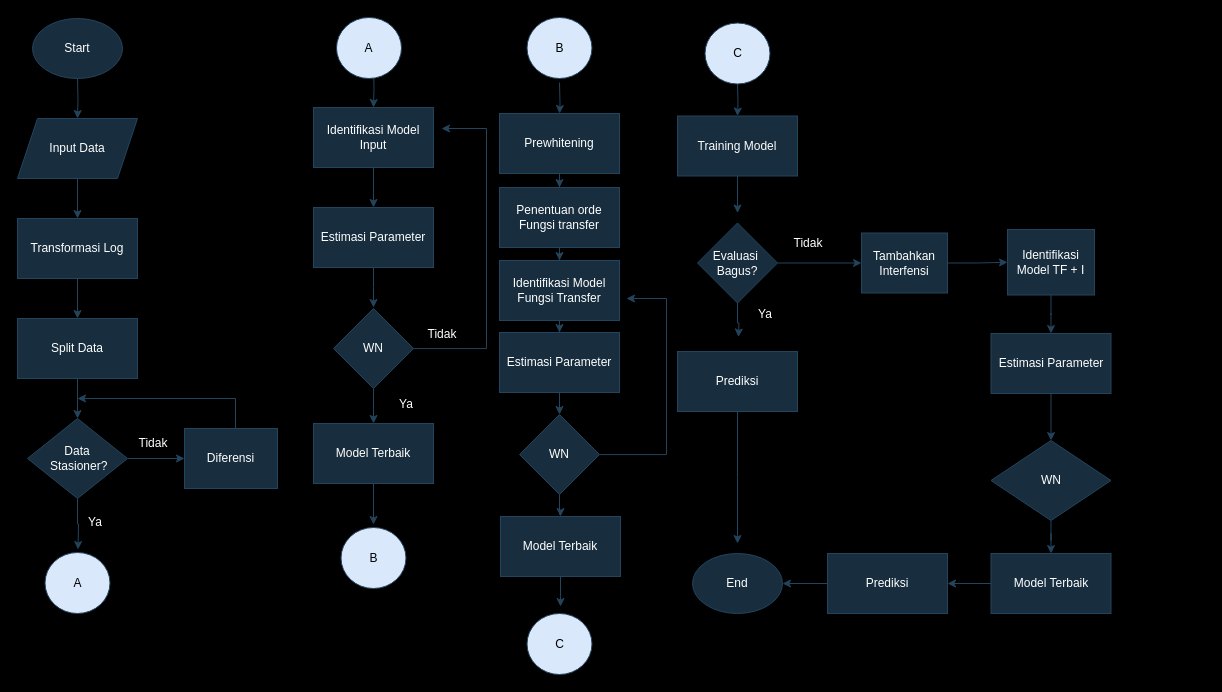
The draw.io diagram Diagram Tanpa Judul.drawio in ahmaddshbg-blip/Topstat, before the edit. Source tidied: cells renumbered, new cells numbered last; positions are measured from the earlier drawing's top-left corner, leaving out a move shared by most shapes. Both pictures are drawn from the tidied source at 100%, with x=0, y=0 at pixel (17, 17).
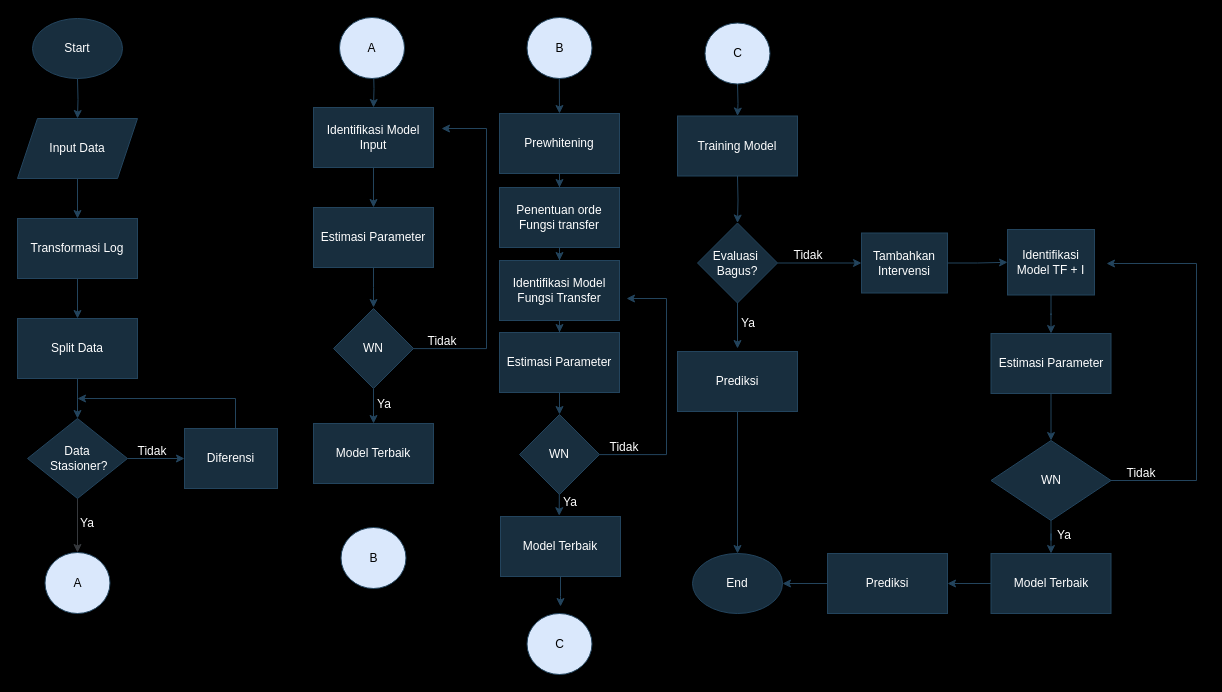
After the change.

The change refers to these unchanged cells:
```xml
<mxCell id="10" value="&lt;div&gt;&lt;span style=&quot;background-color: transparent; color: light-dark(rgb(255, 255, 255), rgb(18, 18, 18));&quot;&gt;Data&lt;/span&gt;&lt;/div&gt;&lt;div&gt;&lt;span style=&quot;background-color: transparent; color: light-dark(rgb(255, 255, 255), rgb(18, 18, 18));&quot;&gt;&amp;nbsp;Stasioner?&lt;/span&gt;&lt;/div&gt;" style="rhombus;whiteSpace=wrap;html=1;rounded=0;labelBackgroundColor=none;fillColor=#182E3E;strokeColor=light-dark(#23445D, #01090e);fontColor=#FFFFFF;" parent="1" vertex="1">
  <mxGeometry x="10" y="401" width="100" height="80" as="geometry" />
</mxCell>
<mxCell id="26" value="Model Terbaik" style="whiteSpace=wrap;html=1;rounded=0;labelBackgroundColor=none;fillColor=#182E3E;strokeColor=light-dark(#23445D, #01090e);fontColor=#FFFFFF;" parent="1" vertex="1">
  <mxGeometry x="296" y="406" width="120" height="60" as="geometry" />
</mxCell>
<mxCell id="31" value="Prewhitening" style="whiteSpace=wrap;html=1;labelBackgroundColor=none;fillColor=#182E3E;strokeColor=light-dark(#23445D, #01090e);fontColor=#FFFFFF;" parent="1" vertex="1">
  <mxGeometry x="482" y="96" width="120" height="60" as="geometry" />
</mxCell>
<mxCell id="40" value="WN" style="rhombus;whiteSpace=wrap;html=1;labelBackgroundColor=none;fillColor=#182E3E;strokeColor=light-dark(#23445D, #01090e);fontColor=#FFFFFF;" parent="1" vertex="1">
  <mxGeometry x="502" y="397" width="80" height="80" as="geometry" />
</mxCell>
<mxCell id="42" value="Model Terbaik" style="whiteSpace=wrap;html=1;labelBackgroundColor=none;fillColor=#182E3E;strokeColor=light-dark(#23445D, #01090e);fontColor=#FFFFFF;" parent="1" vertex="1">
  <mxGeometry x="483" y="499" width="120" height="60" as="geometry" />
</mxCell>
<mxCell id="45" value="Training Model" style="whiteSpace=wrap;html=1;labelBackgroundColor=none;fillColor=#182E3E;strokeColor=light-dark(#23445D, #01090e);fontColor=#FFFFFF;" parent="1" vertex="1">
  <mxGeometry x="660" y="98.5" width="120" height="60" as="geometry" />
</mxCell>
<mxCell id="48" value="Evaluasi&amp;nbsp;&lt;div&gt;Bagus?&lt;/div&gt;" style="rhombus;whiteSpace=wrap;html=1;labelBackgroundColor=none;fillColor=#182E3E;strokeColor=light-dark(#23445D, #01090e);fontColor=#FFFFFF;" parent="1" vertex="1">
  <mxGeometry x="680" y="205.5" width="80" height="80" as="geometry" />
</mxCell>
<mxCell id="54" value="Prediksi" style="whiteSpace=wrap;html=1;labelBackgroundColor=none;fillColor=#182E3E;strokeColor=light-dark(#23445D, #01090e);fontColor=#FFFFFF;" parent="1" vertex="1">
  <mxGeometry x="660" y="334" width="120" height="60" as="geometry" />
</mxCell>
<mxCell id="55" value="End" style="ellipse;whiteSpace=wrap;html=1;labelBackgroundColor=none;fillColor=#182E3E;strokeColor=light-dark(#23445D, #01090e);fontColor=#FFFFFF;" parent="1" vertex="1">
  <mxGeometry x="675" y="536" width="90" height="60" as="geometry" />
</mxCell>
<mxCell id="66" value="A" style="ellipse;whiteSpace=wrap;html=1;rounded=0;fillColor=#dae8fc;labelBackgroundColor=none;strokeColor=light-dark(#23445D, #01090e);" parent="1" vertex="1">
  <mxGeometry x="27.5" y="535" width="65" height="61" as="geometry" />
</mxCell>
<mxCell id="67" value="B" style="ellipse;whiteSpace=wrap;html=1;rounded=0;fillColor=#dae8fc;labelBackgroundColor=none;strokeColor=light-dark(#23445D, #01090e);" parent="1" vertex="1">
  <mxGeometry x="323.5" y="510" width="65" height="61" as="geometry" />
</mxCell>
```

What changed in the source:
```diff
@@
-    <mxCell id="9" style="edgeStyle=orthogonalEdgeStyle;rounded=0;jettySize=auto;html=1;labelBackgroundColor=none;fontColor=default;strokeColor=light-dark(#23445D, #01090e);" parent="1" edge="1" source="10">
-      <mxGeometry relative="1" as="geometry">
-        <mxPoint x="60.5" y="532" as="targetPoint" />
-      </mxGeometry>
-    </mxCell>
+    <mxCell id="72" style="edgeStyle=orthogonalEdgeStyle;rounded=0;jettySize=auto;html=1;fillColor=#eeeeee;strokeColor=light-dark(#36393D,#000000);" parent="1" edge="1" source="10" target="66">
+      <mxGeometry relative="1" as="geometry" />
+    </mxCell>
@@
     <mxCell id="13" value="Tidak" style="text;html=1;whiteSpace=wrap;fillColor=none;align=center;verticalAlign=middle;rounded=0;labelBackgroundColor=none;fontColor=#FFFFFF;strokeColor=none;" parent="1" vertex="1">
-      <mxGeometry x="106" y="411" width="60" height="30" as="geometry" />
+      <mxGeometry x="105" y="419" width="60" height="30" as="geometry" />
     </mxCell>
@@
     <mxCell id="15" value="Ya" style="text;html=1;whiteSpace=wrap;fillColor=none;align=center;verticalAlign=middle;rounded=0;labelBackgroundColor=none;fontColor=#FFFFFF;strokeColor=none;" parent="1" vertex="1">
-      <mxGeometry x="48" y="490" width="60" height="30" as="geometry" />
+      <mxGeometry x="40" y="491" width="60" height="30" as="geometry" />
     </mxCell>
@@
     <mxCell id="17" value="A" style="ellipse;whiteSpace=wrap;html=1;rounded=0;fillColor=#dae8fc;labelBackgroundColor=none;strokeColor=light-dark(#23445D, #01090e);" parent="1" vertex="1">
-      <mxGeometry x="319" width="65" height="61" as="geometry" />
+      <mxGeometry x="322" width="65" height="61" as="geometry" />
     </mxCell>
@@
-    <mxCell id="25" style="edgeStyle=orthogonalEdgeStyle;rounded=0;jettySize=auto;html=1;labelBackgroundColor=none;fontColor=default;strokeColor=light-dark(#23445D, #01090e);" parent="1" edge="1" source="26">
-      <mxGeometry relative="1" as="geometry">
-        <mxPoint x="356" y="507" as="targetPoint" />
-      </mxGeometry>
-    </mxCell>
+    <mxCell id="73" style="edgeStyle=orthogonalEdgeStyle;rounded=0;jettySize=auto;html=1;strokeColor=light-dark(#000000,#000000);" parent="1" edge="1" source="26" target="67">
+      <mxGeometry relative="1" as="geometry" />
+    </mxCell>
@@
     <mxCell id="27" value="Tidak" style="text;html=1;whiteSpace=wrap;fillColor=none;align=center;verticalAlign=middle;rounded=0;labelBackgroundColor=none;fontColor=#FFFFFF;strokeColor=none;" parent="1" vertex="1">
-      <mxGeometry x="395" y="302" width="60" height="30" as="geometry" />
+      <mxGeometry x="395" y="309" width="60" height="30" as="geometry" />
     </mxCell>
     <mxCell id="28" value="Ya" style="text;html=1;whiteSpace=wrap;fillColor=none;align=center;verticalAlign=middle;rounded=0;labelBackgroundColor=none;fontColor=#FFFFFF;strokeColor=none;" parent="1" vertex="1">
-      <mxGeometry x="359" y="372" width="60" height="30" as="geometry" />
+      <mxGeometry x="337" y="372" width="60" height="30" as="geometry" />
     </mxCell>
-    <mxCell id="29" style="edgeStyle=orthogonalEdgeStyle;rounded=0;jettySize=auto;html=1;labelBackgroundColor=none;fontColor=default;strokeColor=light-dark(#23445D, #01090e);" parent="1" edge="1" target="31">
-      <mxGeometry relative="1" as="geometry">
-        <mxPoint x="542" y="65" as="sourcePoint" />
-      </mxGeometry>
-    </mxCell>
@@
-    <mxCell id="39" style="edgeStyle=orthogonalEdgeStyle;rounded=0;jettySize=auto;html=1;labelBackgroundColor=none;fontColor=default;strokeColor=light-dark(#23445D, #01090e);" parent="1" edge="1" source="40" target="42">
-      <mxGeometry relative="1" as="geometry" />
+    <mxCell id="39" style="edgeStyle=orthogonalEdgeStyle;rounded=0;jettySize=auto;html=1;labelBackgroundColor=none;fontColor=default;strokeColor=light-dark(#23445D, #01090e);entryX=0.536;entryY=-0.013;entryDx=0;entryDy=0;entryPerimeter=0;exitX=0.498;exitY=0.979;exitDx=0;exitDy=0;exitPerimeter=0;" parent="1" edge="1" source="40">
+      <mxGeometry relative="1" as="geometry">
+        <mxPoint x="541.7" y="498.2" as="targetPoint" />
+      </mxGeometry>
     </mxCell>
@@
-    <mxCell id="44" style="edgeStyle=orthogonalEdgeStyle;rounded=0;jettySize=auto;html=1;labelBackgroundColor=none;fontColor=default;strokeColor=light-dark(#23445D, #01090e);" parent="1" edge="1" source="45">
+    <mxCell id="44" style="edgeStyle=orthogonalEdgeStyle;rounded=0;jettySize=auto;html=1;labelBackgroundColor=none;fontColor=default;strokeColor=light-dark(#23445D, #01090e);entryX=0.5;entryY=0;entryDx=0;entryDy=0;" parent="1" edge="1" target="48">
       <mxGeometry relative="1" as="geometry">
-        <mxPoint x="720" y="195.5" as="targetPoint" />
+        <mxPoint x="720" y="158.5" as="sourcePoint" />
       </mxGeometry>
     </mxCell>
@@
-    <mxCell id="46" style="edgeStyle=orthogonalEdgeStyle;rounded=0;jettySize=auto;html=1;labelBackgroundColor=none;fontColor=default;strokeColor=light-dark(#23445D, #01090e);" parent="1" edge="1" source="48">
+    <mxCell id="46" style="edgeStyle=orthogonalEdgeStyle;rounded=0;jettySize=auto;html=1;labelBackgroundColor=none;fontColor=default;strokeColor=light-dark(#23445D, #01090e);exitX=0.5;exitY=0.944;exitDx=0;exitDy=0;exitPerimeter=0;" parent="1" edge="1" source="48">
       <mxGeometry relative="1" as="geometry">
-        <mxPoint x="721" y="319.5" as="targetPoint" />
+        <mxPoint x="720" y="331" as="targetPoint" />
+        <Array as="points">
+          <mxPoint x="720" y="331" />
+          <mxPoint x="720" y="331" />
+        </Array>
       </mxGeometry>
     </mxCell>
@@
     <mxCell id="49" value="Ya" style="text;html=1;whiteSpace=wrap;fillColor=none;align=center;verticalAlign=middle;rounded=0;labelBackgroundColor=none;fontColor=#FFFFFF;strokeColor=none;" parent="1" vertex="1">
-      <mxGeometry x="718" y="281.5" width="60" height="30" as="geometry" />
+      <mxGeometry x="701" y="290.5" width="60" height="30" as="geometry" />
     </mxCell>
     <mxCell id="50" value="Tidak" style="text;html=1;whiteSpace=wrap;fillColor=none;align=center;verticalAlign=middle;rounded=0;labelBackgroundColor=none;fontColor=#FFFFFF;strokeColor=none;" parent="1" vertex="1">
-      <mxGeometry x="761" y="211" width="60" height="30" as="geometry" />
+      <mxGeometry x="761" y="223" width="60" height="30" as="geometry" />
     </mxCell>
@@
-    <mxCell id="52" value="Tambahkan Interfensi" style="whiteSpace=wrap;html=1;labelBackgroundColor=none;fillColor=#182E3E;strokeColor=light-dark(#23445D, #01090e);fontColor=#FFFFFF;" parent="1" vertex="1">
+    <mxCell id="52" value="Tambahkan Intervensi" style="whiteSpace=wrap;html=1;labelBackgroundColor=none;fillColor=#182E3E;strokeColor=light-dark(#23445D, #01090e);fontColor=#FFFFFF;" parent="1" vertex="1">
       <mxGeometry x="844" y="215.5" width="86" height="60" as="geometry" />
     </mxCell>
-    <mxCell id="53" style="edgeStyle=orthogonalEdgeStyle;rounded=0;jettySize=auto;html=1;labelBackgroundColor=none;fontColor=default;strokeColor=light-dark(#23445D, #01090e);" parent="1" edge="1" source="54">
-      <mxGeometry relative="1" as="geometry">
-        <mxPoint x="720" y="526" as="targetPoint" />
-      </mxGeometry>
+    <mxCell id="53" style="edgeStyle=orthogonalEdgeStyle;rounded=0;jettySize=auto;html=1;labelBackgroundColor=none;fontColor=default;strokeColor=light-dark(#23445D, #01090e);entryX=0.5;entryY=0;entryDx=0;entryDy=0;" parent="1" edge="1" source="54" target="55">
+      <mxGeometry relative="1" as="geometry" />
     </mxCell>
@@
+    <mxCell id="74" value="Ya" style="text;html=1;whiteSpace=wrap;fillColor=none;align=center;verticalAlign=middle;rounded=0;labelBackgroundColor=none;fontColor=#FFFFFF;strokeColor=none;" parent="1" vertex="1">
+      <mxGeometry x="1017" y="503" width="60" height="30" as="geometry" />
+    </mxCell>
+    <mxCell id="75" style="edgeStyle=orthogonalEdgeStyle;rounded=0;orthogonalLoop=1;jettySize=auto;html=1;labelBackgroundColor=none;fontColor=default;strokeColor=light-dark(#23445D, #01090e);" parent="1" edge="1">
+      <mxGeometry relative="1" as="geometry">
+        <mxPoint x="1093.5" y="463" as="sourcePoint" />
+        <mxPoint x="1089" y="246" as="targetPoint" />
+        <Array as="points">
+          <mxPoint x="1179" y="463" />
+          <mxPoint x="1179" y="246" />
+        </Array>
+      </mxGeometry>
+    </mxCell>
+    <mxCell id="76" value="Tidak" style="text;html=1;whiteSpace=wrap;fillColor=none;align=center;verticalAlign=middle;rounded=0;labelBackgroundColor=none;fontColor=#FFFFFF;strokeColor=none;" parent="1" vertex="1">
+      <mxGeometry x="1093.5" y="441" width="60" height="30" as="geometry" />
+    </mxCell>
+    <mxCell id="77" value="Ya" style="text;html=1;whiteSpace=wrap;fillColor=none;align=center;verticalAlign=middle;rounded=0;labelBackgroundColor=none;fontColor=#FFFFFF;strokeColor=none;" parent="1" vertex="1">
+      <mxGeometry x="523" y="470" width="60" height="30" as="geometry" />
+    </mxCell>
+    <mxCell id="78" value="Tidak" style="text;html=1;whiteSpace=wrap;fillColor=none;align=center;verticalAlign=middle;rounded=0;labelBackgroundColor=none;fontColor=#FFFFFF;strokeColor=none;" parent="1" vertex="1">
+      <mxGeometry x="576.5" y="415" width="60" height="30" as="geometry" />
+    </mxCell>
+    <mxCell id="79" style="edgeStyle=orthogonalEdgeStyle;rounded=0;jettySize=auto;html=1;labelBackgroundColor=none;fontColor=default;strokeColor=light-dark(#23445D, #01090e);entryX=0.5;entryY=0;entryDx=0;entryDy=0;" parent="1" edge="1" target="31">
+      <mxGeometry relative="1" as="geometry">
+        <mxPoint x="541.8" y="61" as="sourcePoint" />
+      </mxGeometry>
+    </mxCell>
```
